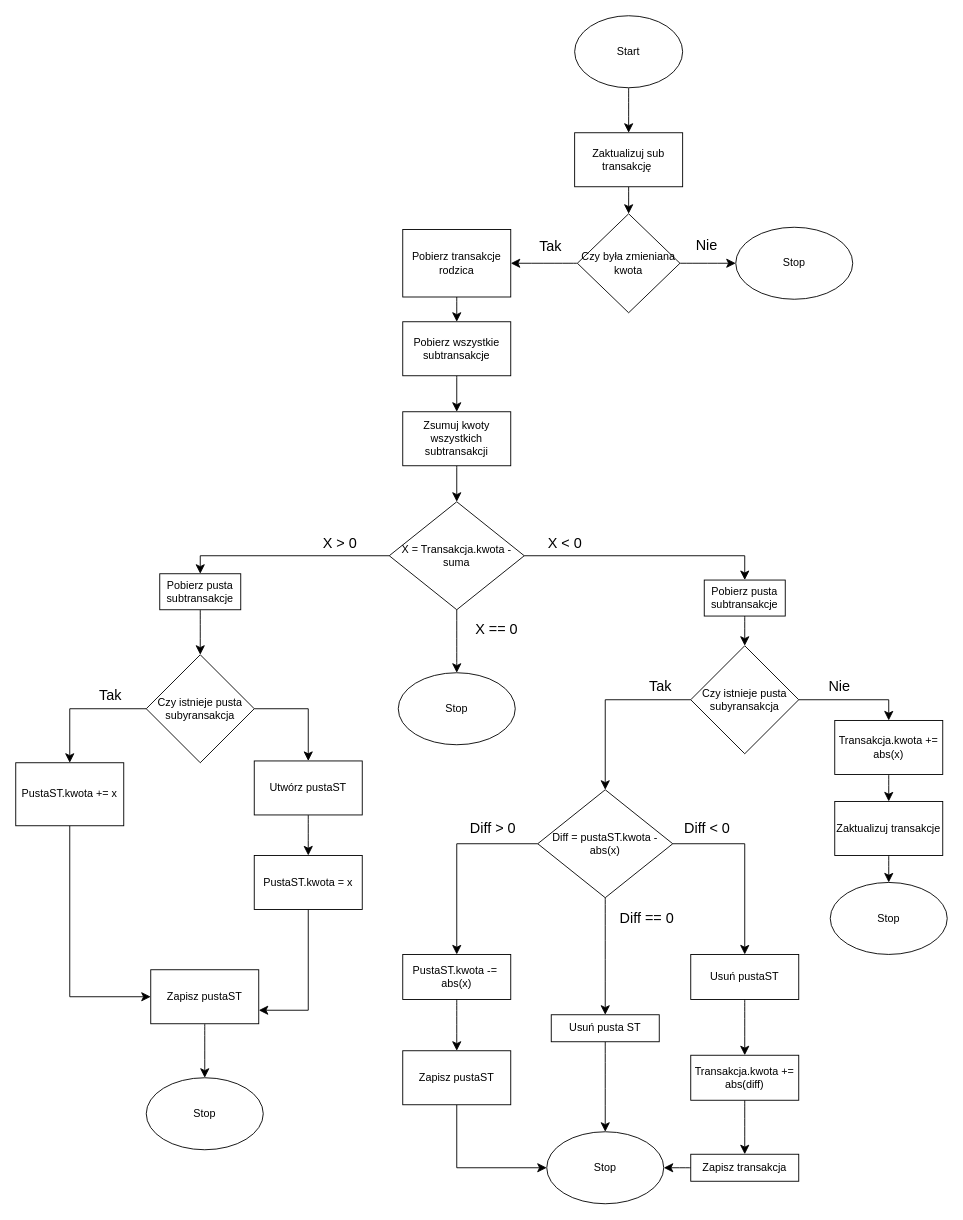
Dymekk208j/Diagrams keeps this draw.io diagram as UpdateSubTransactionLogic.drawio. Above is the earlier version. Source tidied: cells renumbered, new cells numbered last; positions are measured from the earlier drawing's top-left corner, leaving out a move shared by most shapes. Both pictures are drawn from the tidied source at 90%, with x=0, y=0 at pixel (15, 15).
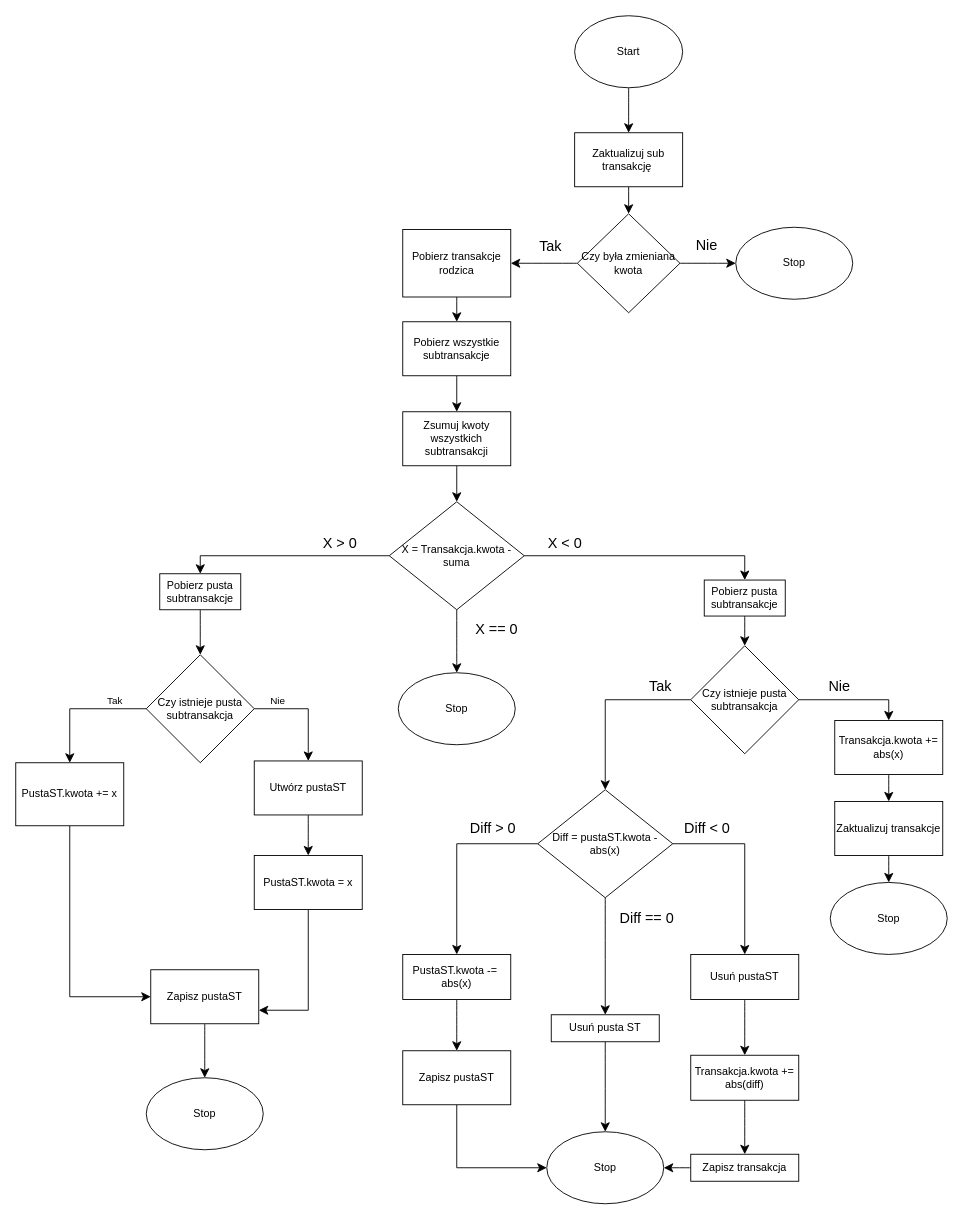
After the change.

The change refers to these unchanged cells:
```xml
<mxCell id="60" style="edgeStyle=orthogonalEdgeStyle;rounded=0;jettySize=auto;html=1;entryX=0.5;entryY=0;entryDx=0;entryDy=0;fontSize=12;startSize=8;endSize=8;" parent="1" edge="1" source="62" target="64">
  <mxGeometry relative="1" as="geometry" />
</mxCell>
<mxCell id="61" style="edgeStyle=orthogonalEdgeStyle;rounded=0;jettySize=auto;html=1;entryX=0.5;entryY=0;entryDx=0;entryDy=0;fontSize=12;startSize=8;endSize=8;exitX=1;exitY=0.5;exitDx=0;exitDy=0;" parent="1" edge="1" source="62" target="70">
  <mxGeometry relative="1" as="geometry" />
</mxCell>
```

Diff of the diagram source:
```diff
@@
-    <mxCell id="27" value="Czy istnieje pusta subyransakcja" style="rhombus;whiteSpace=wrap;html=1;" parent="1" vertex="1">
+    <mxCell id="27" value="Czy istnieje pusta subtransakcja" style="rhombus;whiteSpace=wrap;html=1;" parent="1" vertex="1">
       <mxGeometry x="750" y="700" width="120" height="120" as="geometry" />
     </mxCell>
@@
+    <mxCell id="67" value="Tak" style="edgeLabel;html=1;align=center;verticalAlign=middle;" parent="60" vertex="1">
+      <mxGeometry x="-0.5" relative="1" as="geometry">
+        <mxPoint y="-10" as="offset" />
+      </mxGeometry>
+    </mxCell>
@@
+    <mxCell id="73" value="Nie" style="edgeLabel;html=1;align=center;verticalAlign=middle;" parent="61" vertex="1">
+      <mxGeometry x="-0.58" y="1" relative="1" as="geometry">
+        <mxPoint y="-9" as="offset" />
+      </mxGeometry>
+    </mxCell>
-    <mxCell id="62" value="Czy istnieje pusta subyransakcja" style="rhombus;whiteSpace=wrap;html=1;" parent="1" vertex="1">
+    <mxCell id="62" value="Czy istnieje pusta subtransakcja" style="rhombus;whiteSpace=wrap;html=1;" parent="1" vertex="1">
       <mxGeometry x="145" y="710" width="120" height="120" as="geometry" />
     </mxCell>
@@
-    <mxCell id="67" value="Tak" style="text;html=1;align=center;verticalAlign=middle;strokeColor=none;fillColor=none;fontSize=16;" parent="1" vertex="1">
-      <mxGeometry x="80" y="740" width="50" height="30" as="geometry" />
-    </mxCell>
```
